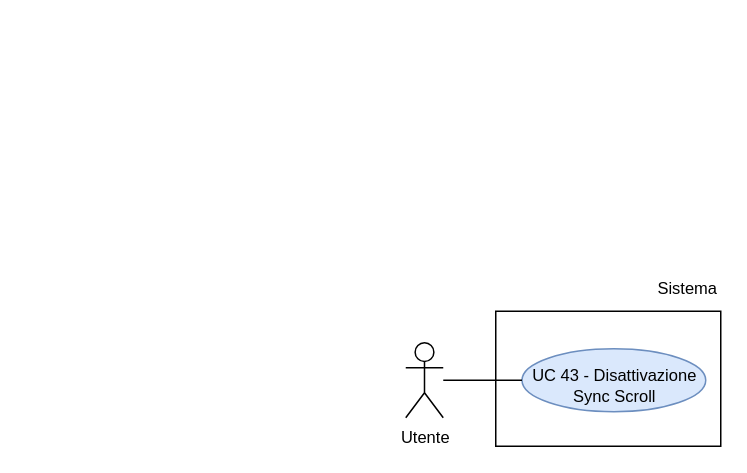
Above: RTB/doc_esterna/analisi-dei-requisiti/assets/draw.io/UC43.drawio in thebitless-group-swe/thebitless.github.io (draw.io), before the change. Source tidied: cells renumbered, new cells numbered last; positions are measured from the earlier drawing's top-left corner, leaving out a move shared by most shapes. Both pictures are drawn from the tidied source at 150%, with x=0, y=0 at pixel (405, 266).
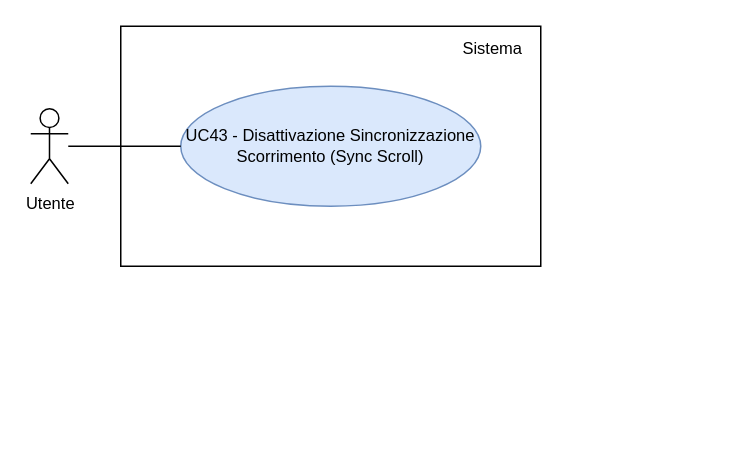
Above is the later version.

Diff of the diagram source:
```diff
@@
 <mxGraphModel>
   <root>
     <mxCell id="0" />
     <mxCell id="1" parent="0" />
     <mxCell id="2" value="Utente" style="shape=umlActor;verticalLabelPosition=bottom;verticalAlign=top;html=1;outlineConnect=0;fontSize=11;" parent="1" vertex="1">
-      <mxGeometry y="51" width="25" height="50" as="geometry" />
+      <mxGeometry x="-250" y="-105" width="25" height="50" as="geometry" />
     </mxCell>
-    <mxCell id="3" style="rounded=0;whiteSpace=wrap;html=1;strokeWidth=1;" parent="1" vertex="1">
-      <mxGeometry x="60" y="30" width="150" height="90" as="geometry" />
-    </mxCell>
+    <mxCell id="8" style="rounded=0;whiteSpace=wrap;html=1;strokeWidth=1;" parent="1" vertex="1">
+      <mxGeometry x="-190" y="-160" width="280" height="160" as="geometry" />
+    </mxCell>
     <mxCell id="4" value="Sistema" style="text;html=1;whiteSpace=wrap;strokeColor=none;fillColor=none;align=right;verticalAlign=middle;fontSize=11;" parent="1" vertex="1">
-      <mxGeometry x="150" width="60" height="30" as="geometry" />
+      <mxGeometry x="10" y="-155" width="70" height="20" as="geometry" />
     </mxCell>
-    <mxCell id="5" value="UC 43 - Disattivazione Sync Scroll" style="ellipse;whiteSpace=wrap;html=1;fillColor=#dae8fc;strokeColor=#6c8ebf;fontSize=11;spacingBottom=-7;" parent="1" vertex="1">
-      <mxGeometry x="77.5" y="55" width="122.5" height="42" as="geometry" />
-    </mxCell>
-    <mxCell id="6" style="edgeStyle=none;rounded=0;jettySize=auto;html=1;endArrow=none;endFill=0;" parent="1" edge="1" source="2" target="5">
-      <mxGeometry relative="1" as="geometry" />
-    </mxCell>
-    <mxCell id="7" style="edgeStyle=orthogonalEdgeStyle;rounded=0;orthogonalLoop=1;jettySize=auto;html=1;exitX=0.5;exitY=1;exitDx=0;exitDy=0;" parent="1" edge="1" source="4" target="4">
-      <mxGeometry relative="1" as="geometry" />
-    </mxCell>
+    <mxCell id="9" value="UC43 - Disattivazione Sincronizzazione Scorrimento (Sync Scroll)" style="ellipse;whiteSpace=wrap;html=1;fillColor=#dae8fc;strokeColor=#6c8ebf;fontSize=11;" parent="1" vertex="1">
+      <mxGeometry x="-150" y="-120" width="200" height="80" as="geometry" />
+    </mxCell>
+    <mxCell id="10" style="edgeStyle=none;rounded=0;jettySize=auto;html=1;endArrow=none;endFill=0;" parent="1" edge="1" source="2" target="9">
+      <mxGeometry relative="1" as="geometry" />
+    </mxCell>
   </root>
 </mxGraphModel>
```
